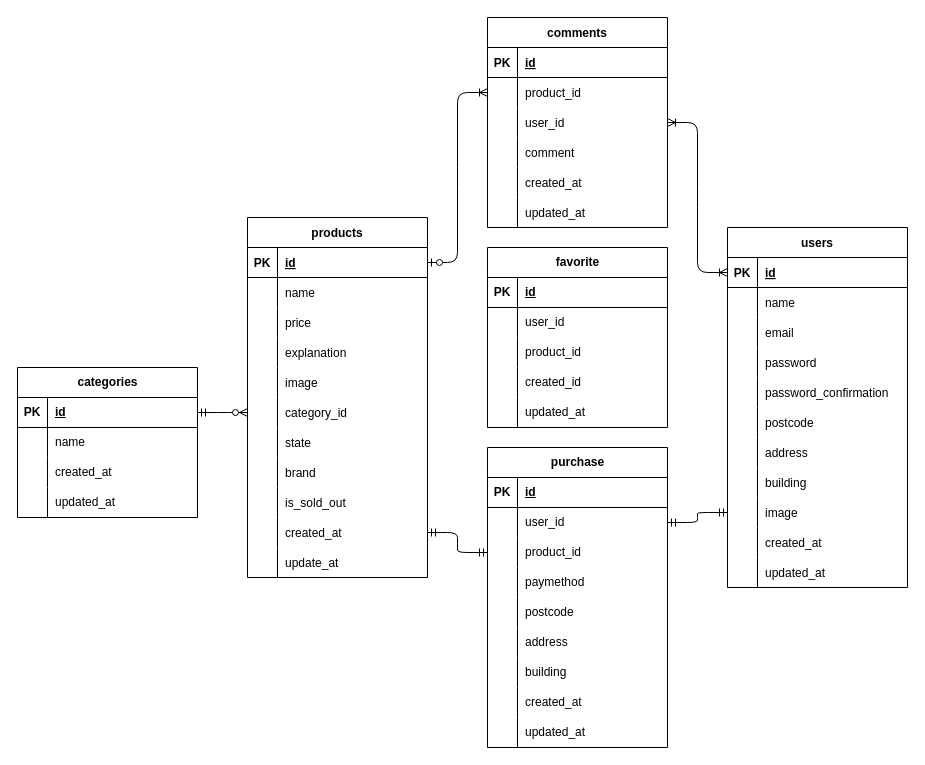
ykaho929/Test-Fleamarket keeps this draw.io diagram as src/.dio. Above is the earlier version. Source tidied: cells renumbered, new cells numbered last; positions are measured from the earlier drawing's top-left corner, leaving out a move shared by most shapes. Both pictures are drawn from the tidied source at 100%, with x=0, y=0 at pixel (17, 17).
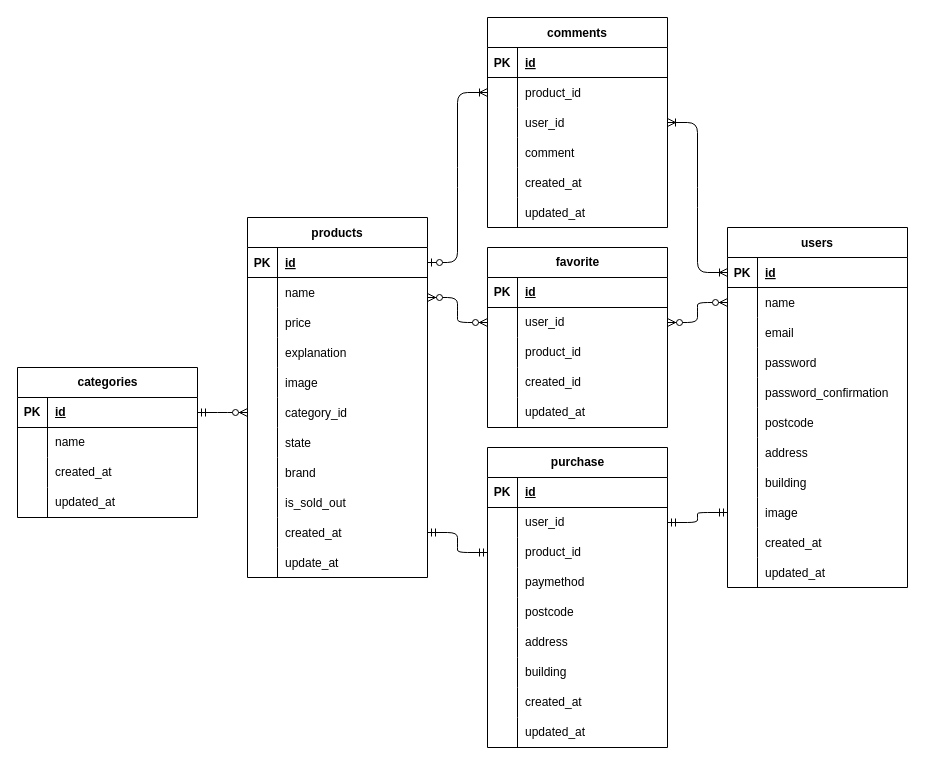
After the change.

Unchanged cells that the change refers to:
```xml
<mxCell id="72" style="shape=tableRow;horizontal=0;startSize=0;swimlaneHead=0;swimlaneBody=0;fillColor=none;points=[[0,0.5],[1,0.5]];portConstraint=eastwest;top=0;left=0;right=0;bottom=0;" parent="68" vertex="1">
  <mxGeometry y="60" width="180" height="30" as="geometry" />
</mxCell>
<mxCell id="139" style="shape=tableRow;horizontal=0;startSize=0;swimlaneHead=0;swimlaneBody=0;fillColor=none;points=[[0,0.5],[1,0.5]];portConstraint=eastwest;top=0;left=0;right=0;bottom=0;" parent="135" vertex="1">
  <mxGeometry y="60" width="180" height="30" as="geometry" />
</mxCell>
```

Change to the diagram source:
```diff
@@
+    <mxCell id="151" style="edgeStyle=entityRelationEdgeStyle;fontSize=12;html=1;endArrow=ERzeroToMany;endFill=1;startArrow=ERzeroToMany;entryX=0;entryY=0.5;entryDx=0;entryDy=0;exitX=1;exitY=0.5;exitDx=0;exitDy=0;" parent="1" edge="1" source="139" target="72">
+      <mxGeometry relative="1" as="geometry">
+        <Array as="points">
+          <mxPoint x="660" y="340" />
+          <mxPoint x="680" y="350" />
+        </Array>
+      </mxGeometry>
+    </mxCell>
+    <mxCell id="152" style="edgeStyle=entityRelationEdgeStyle;fontSize=12;html=1;endArrow=ERzeroToMany;endFill=1;startArrow=ERzeroToMany;entryX=0;entryY=0.5;entryDx=0;entryDy=0;" parent="1" edge="1" target="139">
+      <mxGeometry relative="1" as="geometry">
+        <mxPoint x="410" y="280" as="sourcePoint" />
+        <Array as="points">
+          <mxPoint x="420" y="315" />
+          <mxPoint x="440" y="325" />
+        </Array>
+      </mxGeometry>
+    </mxCell>
```
